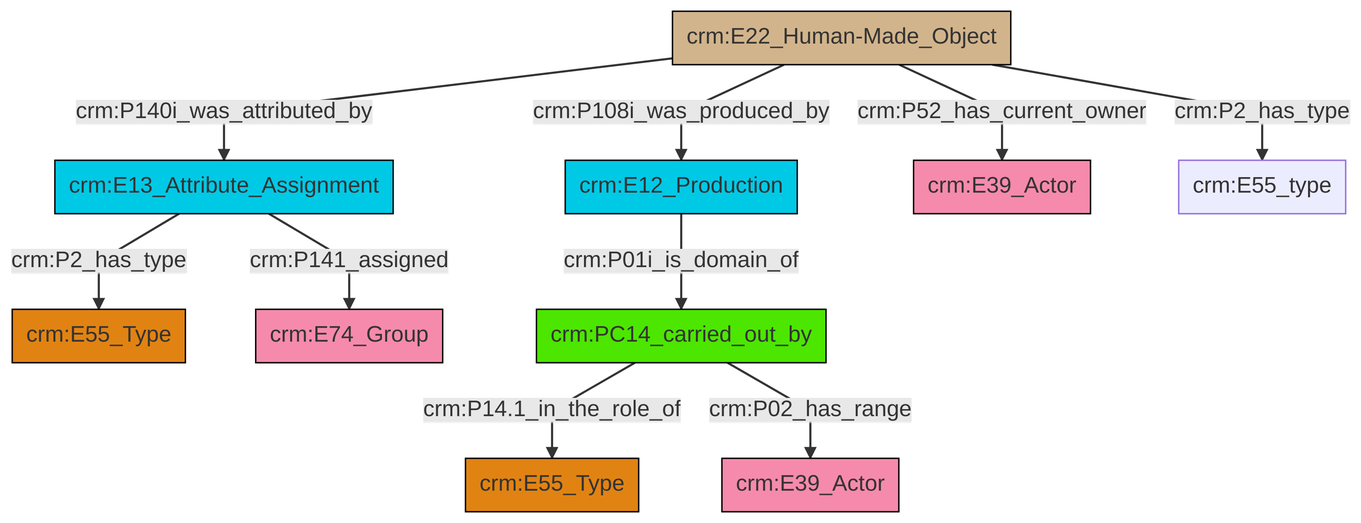
Above: et/builtWorkCSV/ttl/mmd/png/Built_Work_actor_relations.png in swiss-art-research-net/reference-data-models (Mermaid), before the change. Its source is kept beside it as et/builtWorkCSV/ttl/mmd/Built_Work_actor_relations.ttl.mmd.
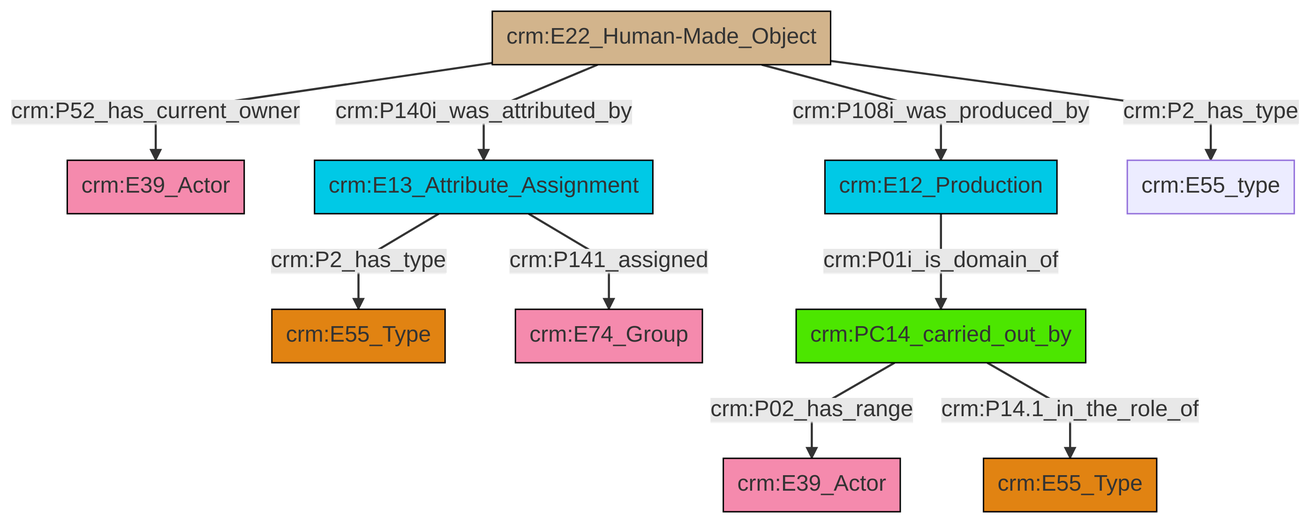
After the commit.

Diff of the diagram source:
```diff
@@ -13,12 +13,12 @@
 classDef PC_Classes fill:#4ce600, stroke:#000000;
 classDef Multi fill:#cccccc,stroke:#000000;
 
-0["crm:E13_Attribute_Assignment"]:::Temporal_Entity -->|crm:P2_has_type| 1["crm:E55_Type"]:::Type
-4["crm:PC14_carried_out_by"]:::PC_Classes -->|crm:P14.1_in_the_role_of| 5["crm:E55_Type"]:::Type
-6["crm:E22_Human-Made_Object"]:::Physical_Thing -->|crm:P108i_was_produced_by| 7["crm:E12_Production"]:::Temporal_Entity
-6["crm:E22_Human-Made_Object"]:::Physical_Thing -->|crm:P140i_was_attributed_by| 0["crm:E13_Attribute_Assignment"]:::Temporal_Entity
-6["crm:E22_Human-Made_Object"]:::Physical_Thing -->|crm:P52_has_current_owner| 11["crm:E39_Actor"]:::Actor
-7["crm:E12_Production"]:::Temporal_Entity -->|crm:P01i_is_domain_of| 4["crm:PC14_carried_out_by"]:::PC_Classes
-6["crm:E22_Human-Made_Object"]:::Physical_Thing -->|crm:P2_has_type| 15["crm:E55_type"]:::Default
-4["crm:PC14_carried_out_by"]:::PC_Classes -->|crm:P02_has_range| 12["crm:E39_Actor"]:::Actor
-0["crm:E13_Attribute_Assignment"]:::Temporal_Entity -->|crm:P141_assigned| 2["crm:E74_Group"]:::Actor
+0["crm:E22_Human-Made_Object"]:::Physical_Thing -->|crm:P52_has_current_owner| 1["crm:E39_Actor"]:::Actor
+4["crm:E12_Production"]:::Temporal_Entity -->|crm:P01i_is_domain_of| 5["crm:PC14_carried_out_by"]:::PC_Classes
+14["crm:E13_Attribute_Assignment"]:::Temporal_Entity -->|crm:P2_has_type| 9["crm:E55_Type"]:::Type
+0["crm:E22_Human-Made_Object"]:::Physical_Thing -->|crm:P140i_was_attributed_by| 14["crm:E13_Attribute_Assignment"]:::Temporal_Entity
+5["crm:PC14_carried_out_by"]:::PC_Classes -->|crm:P02_has_range| 11["crm:E39_Actor"]:::Actor
+0["crm:E22_Human-Made_Object"]:::Physical_Thing -->|crm:P108i_was_produced_by| 4["crm:E12_Production"]:::Temporal_Entity
+0["crm:E22_Human-Made_Object"]:::Physical_Thing -->|crm:P2_has_type| 15["crm:E55_type"]:::Default
+5["crm:PC14_carried_out_by"]:::PC_Classes -->|crm:P14.1_in_the_role_of| 18["crm:E55_Type"]:::Type
+14["crm:E13_Attribute_Assignment"]:::Temporal_Entity -->|crm:P141_assigned| 2["crm:E74_Group"]:::Actor
```
